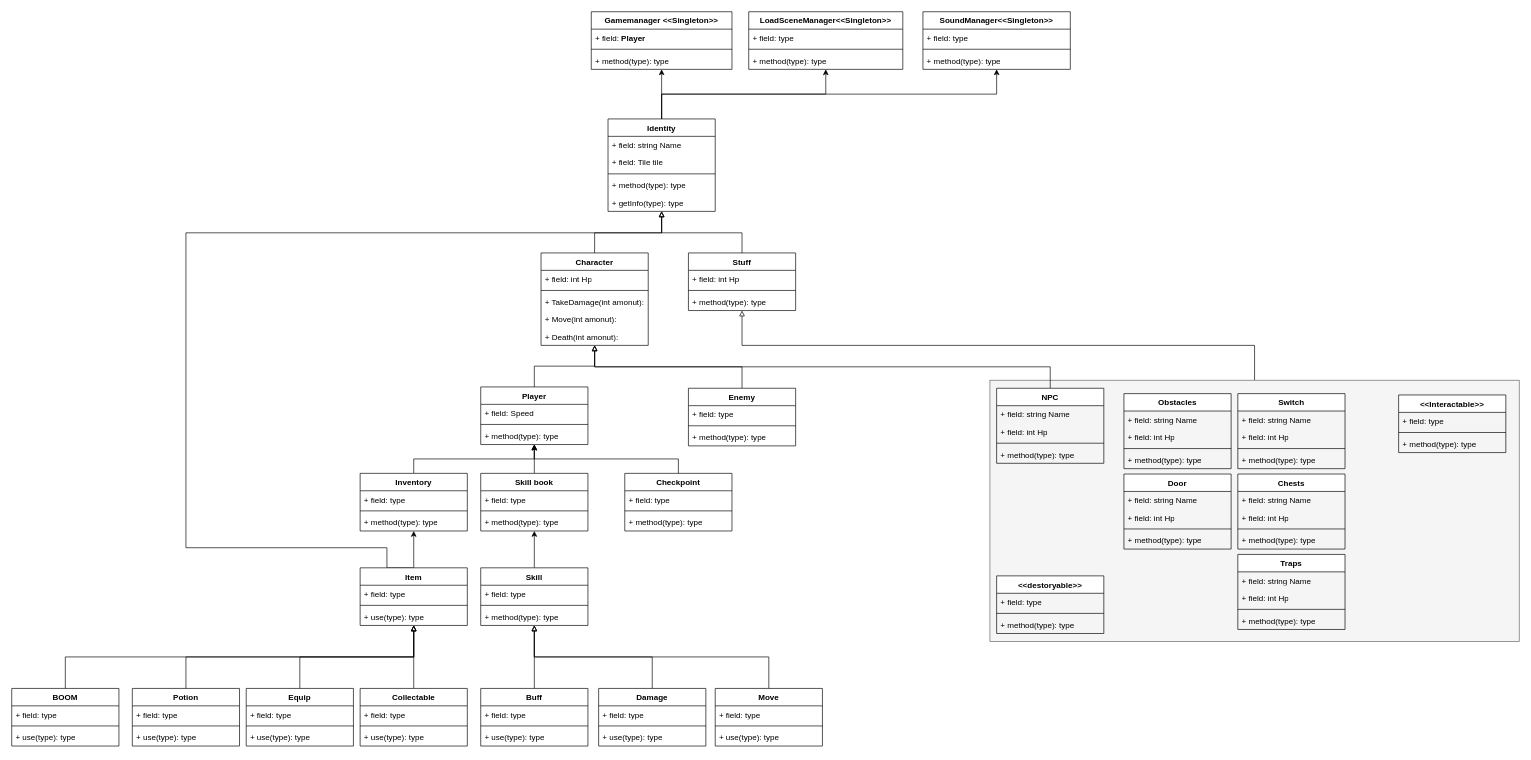
Earlier version of the draw.io diagram MY RPG Diagram.drawio (Aeng-Dev-code/Fine-I-Am-OK-....But-you-Are-Doraemon). Source tidied: cells renumbered, new cells numbered last; positions are measured from the earlier drawing's top-left corner, leaving out a move shared by most shapes. Both pictures are drawn from the tidied source at 67%, with x=0, y=0 at pixel (11, 11).
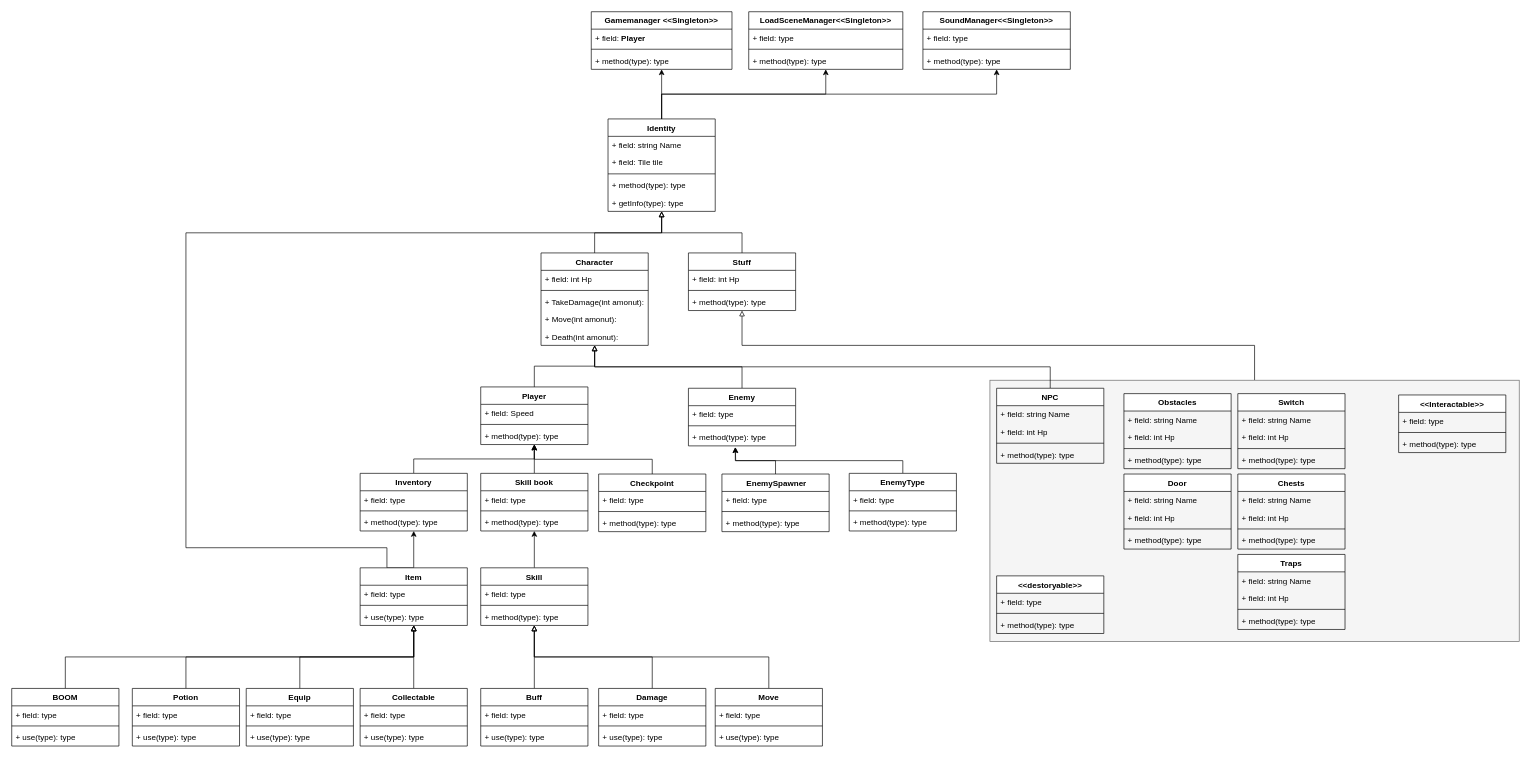
The same page after the edit.

The edit, as a diff of the source:
```diff
@@
     <mxCell id="143" value="Checkpoint" style="swimlane;fontStyle=1;align=center;verticalAlign=top;horizontal=1;startSize=26;whiteSpace=wrap;html=1;" parent="1" vertex="1">
-      <mxGeometry x="915" y="689" width="160" height="86" as="geometry" />
+      <mxGeometry x="876" y="690" width="160" height="86" as="geometry" />
     </mxCell>
@@
+    <mxCell id="148" style="edgeStyle=orthogonalEdgeStyle;rounded=0;jettySize=auto;html=1;" parent="1" edge="1" source="149">
+      <mxGeometry relative="1" as="geometry">
+        <mxPoint x="1080" y="650" as="targetPoint" />
+      </mxGeometry>
+    </mxCell>
+    <mxCell id="149" value="&amp;nbsp;EnemySpawner" style="swimlane;fontStyle=1;align=center;verticalAlign=top;horizontal=1;startSize=26;whiteSpace=wrap;html=1;" parent="1" vertex="1">
+      <mxGeometry x="1060" y="690" width="160" height="86" as="geometry" />
+    </mxCell>
+    <mxCell id="150" value="+ field: type" style="text;strokeColor=none;fillColor=none;align=left;verticalAlign=top;spacingLeft=4;spacingRight=4;overflow=hidden;whiteSpace=wrap;html=1;" parent="149" vertex="1">
+      <mxGeometry y="26" width="160" height="26" as="geometry" />
+    </mxCell>
+    <mxCell id="151" style="line;strokeWidth=1;fillColor=none;align=left;verticalAlign=middle;spacingTop=-1;spacingLeft=3;spacingRight=3;labelPosition=right;strokeColor=inherit;" parent="149" vertex="1">
+      <mxGeometry y="52" width="160" height="8" as="geometry" />
+    </mxCell>
+    <mxCell id="152" value="+ method(type): type" style="text;strokeColor=none;fillColor=none;align=left;verticalAlign=top;spacingLeft=4;spacingRight=4;overflow=hidden;whiteSpace=wrap;html=1;" parent="149" vertex="1">
+      <mxGeometry y="60" width="160" height="26" as="geometry" />
+    </mxCell>
+    <mxCell id="153" style="edgeStyle=orthogonalEdgeStyle;rounded=0;jettySize=auto;html=1;" parent="1" edge="1" source="154">
+      <mxGeometry relative="1" as="geometry">
+        <mxPoint x="1080" y="650" as="targetPoint" />
+        <Array as="points">
+          <mxPoint x="1330" y="670" />
+          <mxPoint x="1080" y="670" />
+        </Array>
+      </mxGeometry>
+    </mxCell>
+    <mxCell id="154" value="EnemyType" style="swimlane;fontStyle=1;align=center;verticalAlign=top;horizontal=1;startSize=26;whiteSpace=wrap;html=1;" parent="1" vertex="1">
+      <mxGeometry x="1250" y="689" width="160" height="86" as="geometry" />
+    </mxCell>
+    <mxCell id="155" value="+ field: type" style="text;strokeColor=none;fillColor=none;align=left;verticalAlign=top;spacingLeft=4;spacingRight=4;overflow=hidden;whiteSpace=wrap;html=1;" parent="154" vertex="1">
+      <mxGeometry y="26" width="160" height="26" as="geometry" />
+    </mxCell>
+    <mxCell id="156" style="line;strokeWidth=1;fillColor=none;align=left;verticalAlign=middle;spacingTop=-1;spacingLeft=3;spacingRight=3;labelPosition=right;strokeColor=inherit;" parent="154" vertex="1">
+      <mxGeometry y="52" width="160" height="8" as="geometry" />
+    </mxCell>
+    <mxCell id="157" value="+ method(type): type" style="text;strokeColor=none;fillColor=none;align=left;verticalAlign=top;spacingLeft=4;spacingRight=4;overflow=hidden;whiteSpace=wrap;html=1;" parent="154" vertex="1">
+      <mxGeometry y="60" width="160" height="26" as="geometry" />
+    </mxCell>
```
